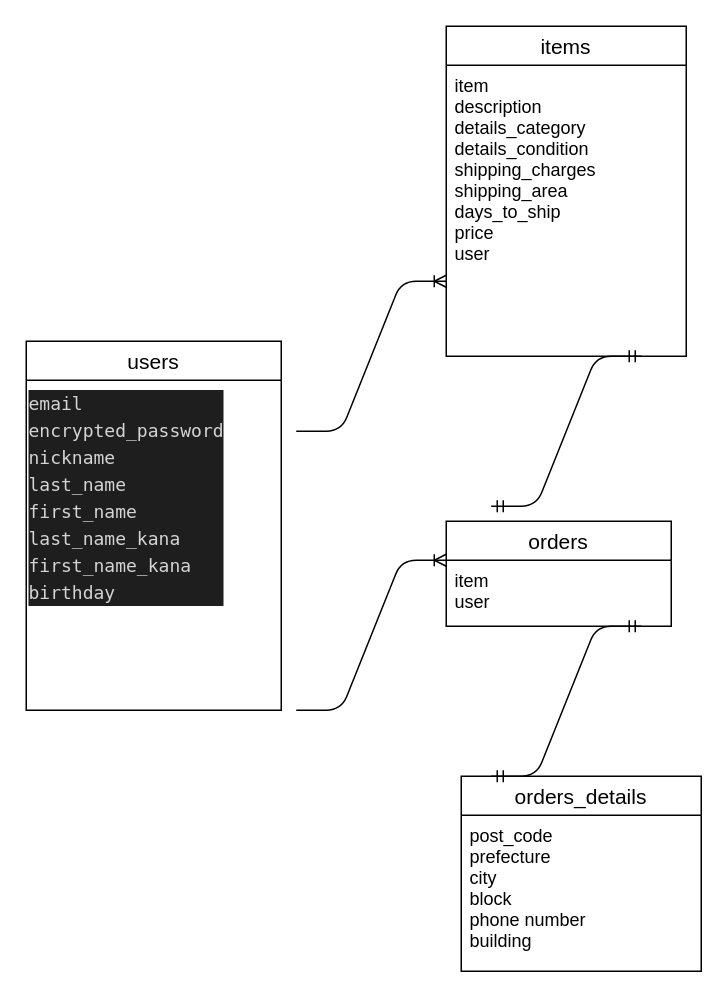
Before: furima.dio in YukaTsukioka/furima-38034, a draw.io diagram. Source tidied: cells renumbered, new cells numbered last; positions are measured from the earlier drawing's top-left corner, leaving out a move shared by most shapes. Both pictures are drawn from the tidied source at 150%, with x=0, y=0 at pixel (26, 26).
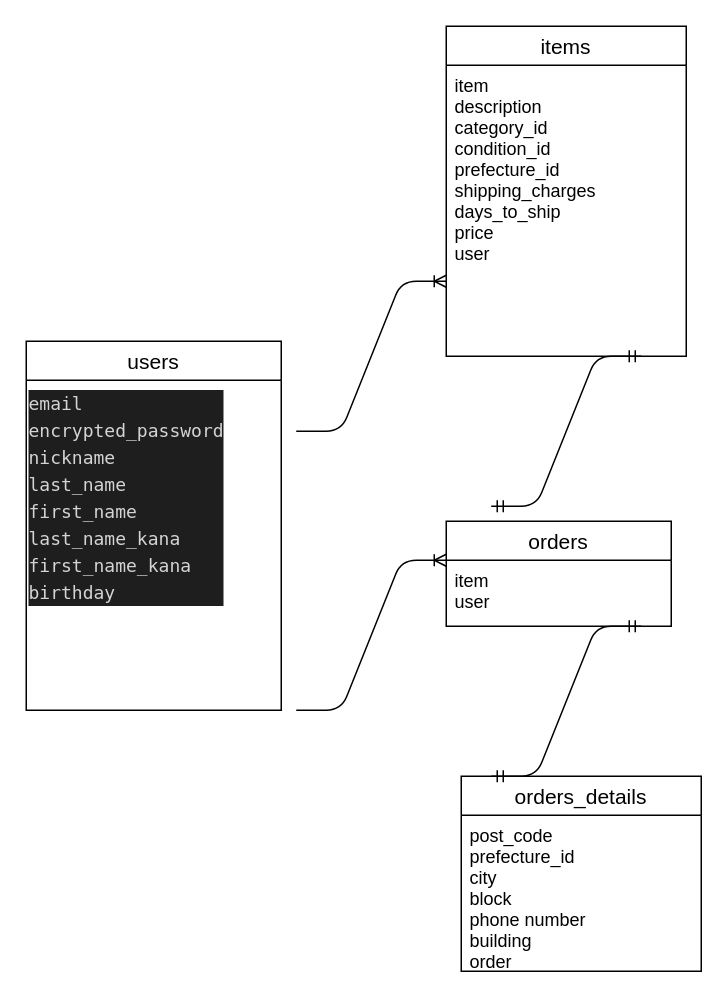
The same page after the edit.

What changed in the source:
```diff
@@
 <mxGraphModel>
   <root>
     <mxCell id="0" />
     <mxCell id="1" parent="0" />
     <mxCell id="2" value="users" style="swimlane;fontStyle=0;horizontal=1;startSize=26;align=center;fontSize=14;" parent="1" vertex="1">
       <mxGeometry y="210" width="170" height="246" as="geometry" />
     </mxCell>
     <mxCell id="3" value="&lt;div style=&quot;color: rgb(212 , 212 , 212) ; background-color: rgb(30 , 30 , 30) ; font-family: &amp;#34;menlo&amp;#34; , &amp;#34;monaco&amp;#34; , &amp;#34;courier new&amp;#34; , monospace ; font-weight: normal ; font-size: 12px ; line-height: 18px&quot;&gt;&lt;div&gt;&lt;span style=&quot;color: #d4d4d4&quot;&gt; email &lt;/span&gt;&lt;/div&gt;&lt;div&gt;&lt;div style=&quot;font-family: &amp;#34;menlo&amp;#34; , &amp;#34;monaco&amp;#34; , &amp;#34;courier new&amp;#34; , monospace ; line-height: 18px&quot;&gt; encrypted_password&lt;/div&gt;&lt;/div&gt;&lt;div style=&quot;font-family: &amp;#34;menlo&amp;#34; , &amp;#34;monaco&amp;#34; , &amp;#34;courier new&amp;#34; , monospace ; line-height: 18px&quot;&gt;&lt;div style=&quot;line-height: 18px&quot;&gt; nickname&lt;/div&gt;&lt;div style=&quot;line-height: 18px&quot;&gt;&lt;div style=&quot;line-height: 18px&quot;&gt;last_name&lt;/div&gt;&lt;div style=&quot;line-height: 18px&quot;&gt;&lt;div style=&quot;line-height: 18px&quot;&gt;first_name &lt;/div&gt;&lt;div style=&quot;line-height: 18px&quot;&gt;&lt;div style=&quot;line-height: 18px&quot;&gt;last_name_kana &lt;/div&gt;&lt;div style=&quot;line-height: 18px&quot;&gt;&lt;div style=&quot;line-height: 18px&quot;&gt;first_name_kana&lt;/div&gt;&lt;div style=&quot;line-height: 18px&quot;&gt;&lt;div style=&quot;line-height: 18px&quot;&gt;birthday&lt;/div&gt;&lt;/div&gt;&lt;/div&gt;&lt;/div&gt;&lt;/div&gt;&lt;/div&gt;&lt;/div&gt;&lt;/div&gt;" style="text;whiteSpace=wrap;html=1;" parent="2" vertex="1">
       <mxGeometry y="26" width="170" height="220" as="geometry" />
     </mxCell>
     <mxCell id="4" value="orders" style="swimlane;fontStyle=0;horizontal=1;startSize=26;align=center;fontSize=14;" parent="1" vertex="1">
       <mxGeometry x="280" y="330" width="150" height="70" as="geometry" />
     </mxCell>
     <mxCell id="5" value="item &#10; user" style="text;strokeColor=none;fillColor=none;spacingLeft=4;spacingRight=4;overflow=hidden;fontSize=12;" parent="4" vertex="1">
       <mxGeometry y="26" width="150" height="44" as="geometry" />
     </mxCell>
     <mxCell id="6" value=" orders_details" style="swimlane;fontStyle=0;horizontal=1;startSize=26;align=center;fontSize=14;" parent="1" vertex="1">
       <mxGeometry x="290" y="500" width="160" height="130" as="geometry" />
     </mxCell>
-    <mxCell id="7" value=" post_code&#10;prefecture&#10;city&#10;block&#10;phone number&#10;building " style="text;strokeColor=none;fillColor=none;spacingLeft=4;spacingRight=4;overflow=hidden;fontSize=12;" parent="6" vertex="1">
+    <mxCell id="7" value=" post_code&#10;prefecture_id&#10;city&#10;block&#10;phone number&#10;building &#10;order&#10;" style="text;strokeColor=none;fillColor=none;spacingLeft=4;spacingRight=4;overflow=hidden;fontSize=12;" parent="6" vertex="1">
       <mxGeometry y="26" width="160" height="104" as="geometry" />
     </mxCell>
     <mxCell id="8" value="items" style="swimlane;fontStyle=0;horizontal=1;startSize=26;align=center;fontSize=14;" parent="1" vertex="1">
       <mxGeometry x="280" width="160" height="220" as="geometry" />
     </mxCell>
-    <mxCell id="9" value=" item &#10; description&#10;details_category&#10;details_condition&#10;shipping_charges&#10;shipping_area&#10;days_to_ship &#10;price&#10;user " style="text;strokeColor=none;fillColor=none;spacingLeft=4;spacingRight=4;overflow=hidden;fontSize=12;" parent="8" vertex="1">
+    <mxCell id="9" value=" item &#10; description&#10; category_id &#10;condition_id&#10; prefecture_id &#10;shipping_charges&#10;days_to_ship &#10;price&#10;user " style="text;strokeColor=none;fillColor=none;spacingLeft=4;spacingRight=4;overflow=hidden;fontSize=12;" parent="8" vertex="1">
       <mxGeometry y="26" width="160" height="194" as="geometry" />
     </mxCell>
     <mxCell id="10" style="edgeStyle=entityRelationEdgeStyle;fontSize=12;html=1;endArrow=ERoneToMany;" parent="1" edge="1">
       <mxGeometry relative="1" as="geometry">
         <mxPoint x="180" y="270" as="sourcePoint" />
         <mxPoint x="280" y="170" as="targetPoint" />
       </mxGeometry>
     </mxCell>
     <mxCell id="11" style="edgeStyle=entityRelationEdgeStyle;fontSize=12;html=1;endArrow=ERoneToMany;" parent="1" edge="1">
       <mxGeometry relative="1" as="geometry">
         <mxPoint x="180" y="456" as="sourcePoint" />
         <mxPoint x="280" y="356" as="targetPoint" />
       </mxGeometry>
     </mxCell>
     <mxCell id="12" style="edgeStyle=entityRelationEdgeStyle;fontSize=12;html=1;endArrow=ERmandOne;startArrow=ERmandOne;" parent="1" edge="1">
       <mxGeometry relative="1" as="geometry">
         <mxPoint x="310" y="320" as="sourcePoint" />
         <mxPoint x="410" y="220" as="targetPoint" />
       </mxGeometry>
     </mxCell>
     <mxCell id="13" style="edgeStyle=entityRelationEdgeStyle;fontSize=12;html=1;endArrow=ERmandOne;startArrow=ERmandOne;" parent="1" edge="1">
       <mxGeometry relative="1" as="geometry">
         <mxPoint x="310" y="500" as="sourcePoint" />
         <mxPoint x="410" y="400" as="targetPoint" />
       </mxGeometry>
     </mxCell>
   </root>
 </mxGraphModel>
```
